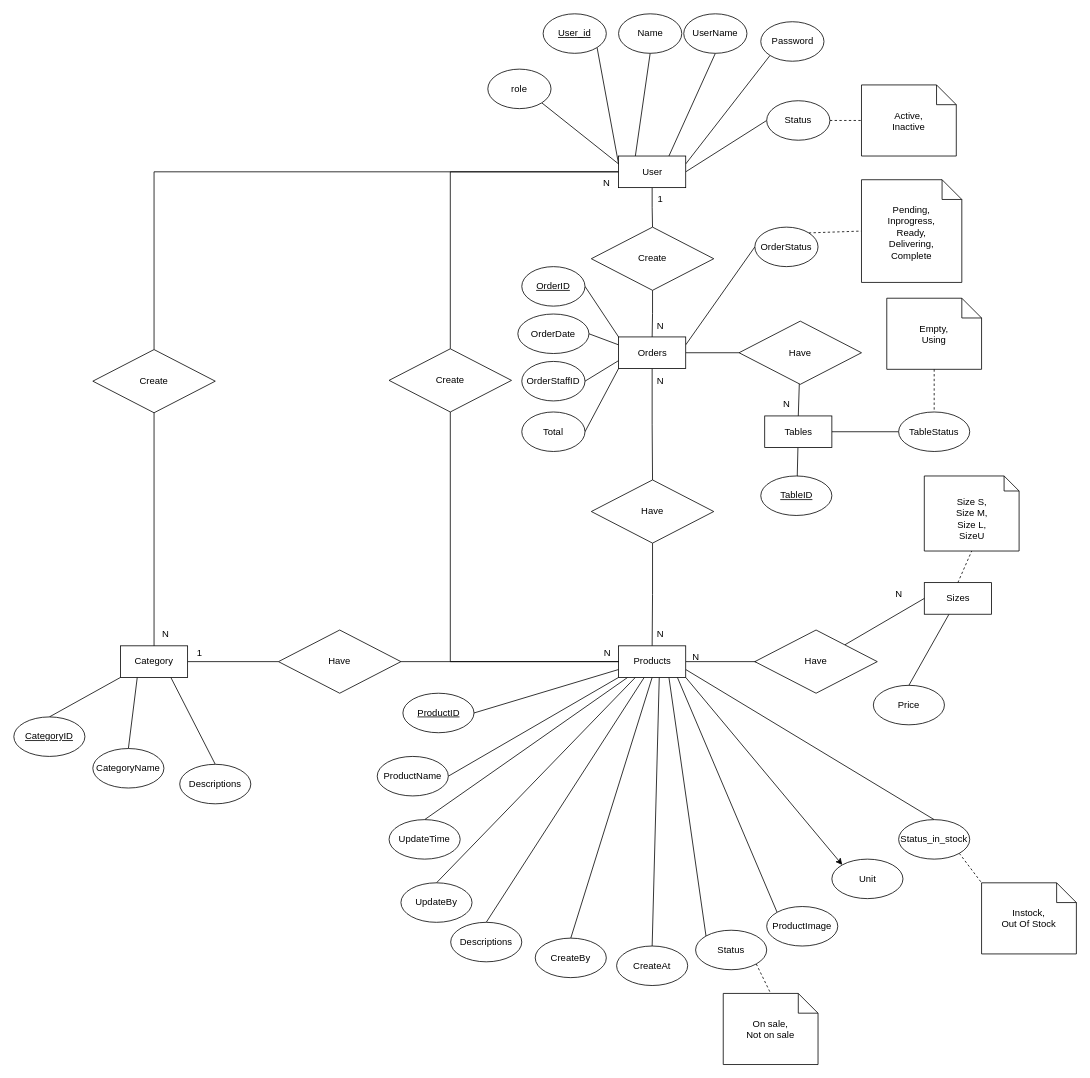
Above: page "Entity Relationship Diagram" (4 of 6) of Diagram.drawio in NDuc-Dev/Project-2-Laravel (draw.io), before the change. Source tidied: cells renumbered, new cells numbered last; positions are measured from the earlier drawing's top-left corner, leaving out a move shared by most shapes. Both pictures are drawn from the tidied source at 79%, with x=0, y=0 at pixel (13, 13).
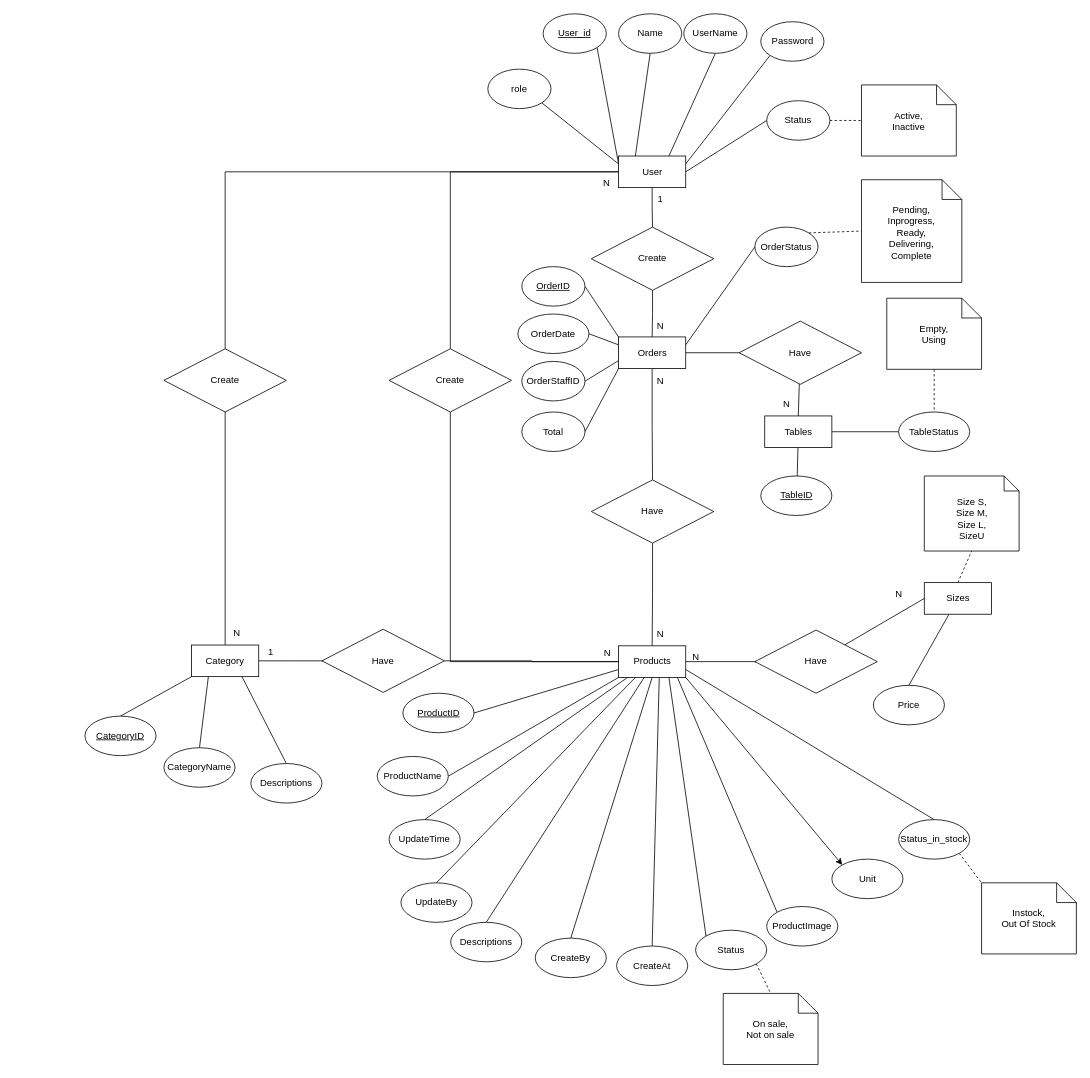
Above is the later version.

What changed in the source:
```diff
@@
-    <mxCell id="95" style="edgeStyle=orthogonalEdgeStyle;rounded=0;jettySize=auto;html=1;exitX=1;exitY=0.5;exitDx=0;exitDy=0;entryX=0;entryY=0.5;entryDx=0;entryDy=0;endArrow=none;endFill=0;" parent="1" edge="1" source="98" target="101">
-      <mxGeometry relative="1" as="geometry" />
+    <mxCell id="95" style="edgeStyle=orthogonalEdgeStyle;rounded=0;jettySize=auto;html=1;exitX=1;exitY=0.5;exitDx=0;exitDy=0;entryX=0;entryY=0.5;entryDx=0;entryDy=0;endArrow=none;endFill=0;" parent="1" edge="1" source="98">
+      <mxGeometry relative="1" as="geometry">
+        <mxPoint x="395" y="819" as="targetPoint" />
+      </mxGeometry>
     </mxCell>
@@
     <mxCell id="98" value="Category" style="rounded=0;whiteSpace=wrap;html=1;" parent="1" vertex="1">
-      <mxGeometry x="135" y="800" width="85" height="40" as="geometry" />
+      <mxGeometry x="225" y="799" width="85" height="40" as="geometry" />
     </mxCell>
     <mxCell id="99" value="&lt;u&gt;CategoryID&lt;/u&gt;" style="ellipse;whiteSpace=wrap;html=1;" parent="1" vertex="1">
-      <mxGeometry y="890" width="90" height="50" as="geometry" />
+      <mxGeometry x="90" y="889" width="90" height="50" as="geometry" />
     </mxCell>
@@
     <mxCell id="101" value="Have" style="rhombus;whiteSpace=wrap;html=1;" parent="1" vertex="1">
-      <mxGeometry x="335" y="780" width="155" height="80" as="geometry" />
+      <mxGeometry x="390" y="779" width="155" height="80" as="geometry" />
     </mxCell>
     <mxCell id="102" value="CategoryName" style="ellipse;whiteSpace=wrap;html=1;" parent="1" vertex="1">
-      <mxGeometry x="100" y="930" width="90" height="50" as="geometry" />
+      <mxGeometry x="190" y="929" width="90" height="50" as="geometry" />
     </mxCell>
     <mxCell id="103" value="Descriptions" style="ellipse;whiteSpace=wrap;html=1;" parent="1" vertex="1">
-      <mxGeometry x="210" y="950" width="90" height="50" as="geometry" />
+      <mxGeometry x="300" y="949" width="90" height="50" as="geometry" />
     </mxCell>
     <mxCell id="104" value="1" style="text;html=1;align=center;verticalAlign=middle;strokeColor=none;fillColor=none;" parent="1" vertex="1">
-      <mxGeometry x="220" y="794" width="30" height="30" as="geometry" />
+      <mxGeometry x="310" y="793" width="30" height="30" as="geometry" />
     </mxCell>
@@
     <mxCell id="106" value="Create" style="rhombus;whiteSpace=wrap;html=1;" parent="1" vertex="1">
-      <mxGeometry x="100" y="425" width="155" height="80" as="geometry" />
+      <mxGeometry x="190" y="424" width="155" height="80" as="geometry" />
     </mxCell>
     <mxCell id="107" value="N" style="text;html=1;align=center;verticalAlign=middle;strokeColor=none;fillColor=none;" parent="1" vertex="1">
-      <mxGeometry x="177" y="770" width="30" height="30" as="geometry" />
+      <mxGeometry x="267" y="769" width="30" height="30" as="geometry" />
     </mxCell>
```
